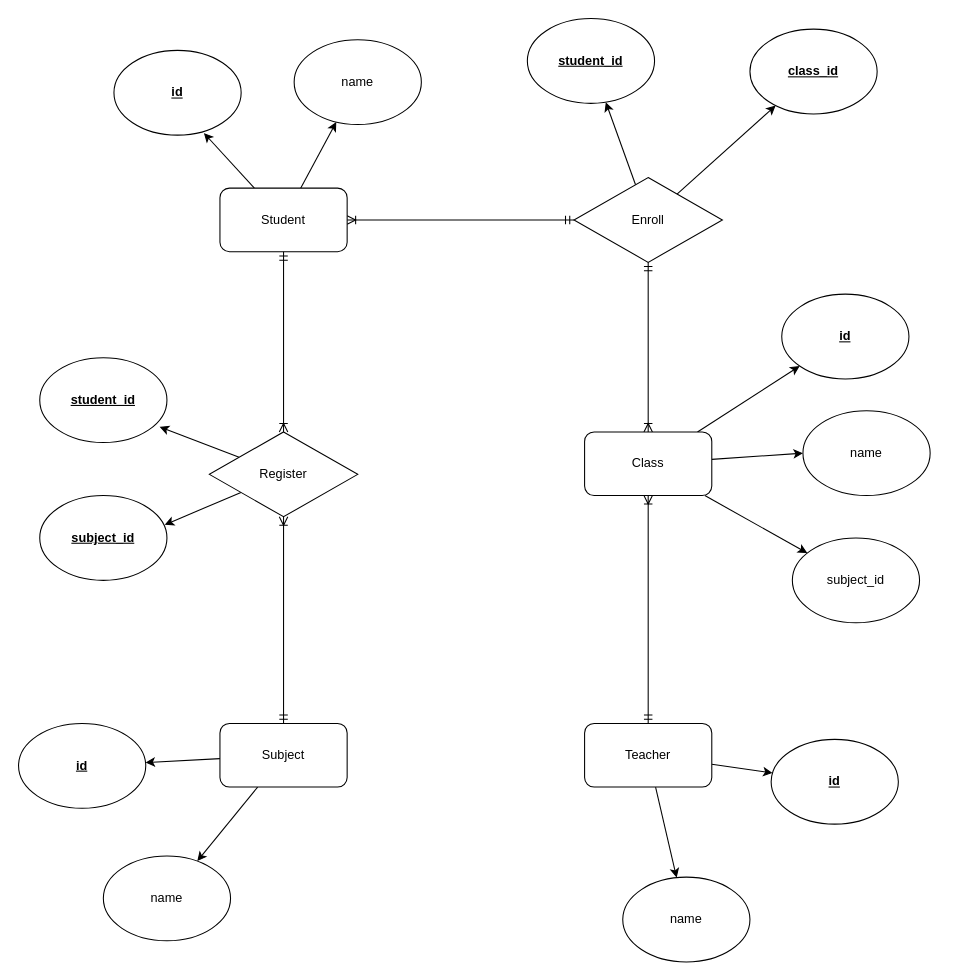
Earlier version of the draw.io diagram Module_1/school.drawio (bijune09/C0421G1_NguyenTienDanh). Source tidied: cells renumbered, new cells numbered last; positions are measured from the earlier drawing's top-left corner, leaving out a move shared by most shapes. Both pictures are drawn from the tidied source at 106%, with x=0, y=0 at pixel (18, 18).
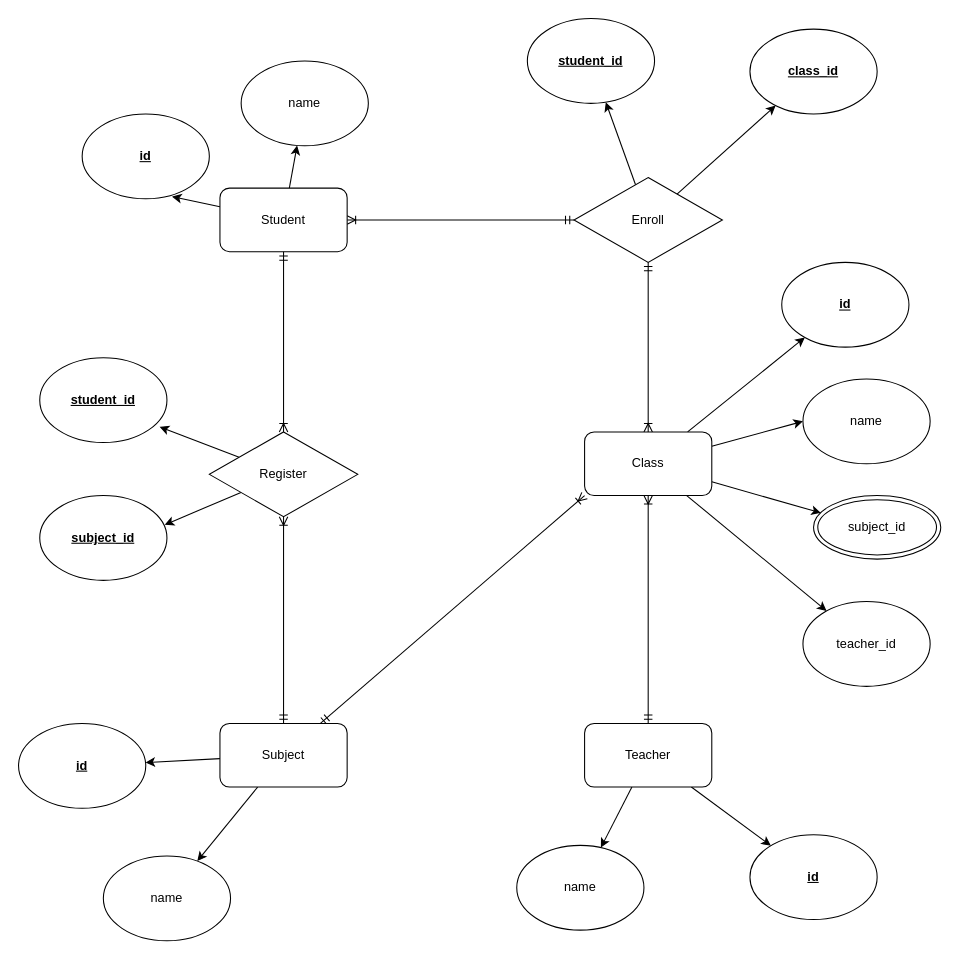
The same diagram, later.

The change refers to these unchanged cells:
```xml
<mxCell id="12" value="Class" style="rounded=1;whiteSpace=wrap;html=1;" parent="1" vertex="1">
  <mxGeometry x="534" y="390" width="120" height="60" as="geometry" />
</mxCell>
<mxCell id="29" value="Subject" style="rounded=1;whiteSpace=wrap;html=1;" parent="1" vertex="1">
  <mxGeometry x="190" y="665" width="120" height="60" as="geometry" />
</mxCell>
```

The edit, as a diff of the source:
```diff
@@
     <mxCell id="6" value="id" style="ellipse;whiteSpace=wrap;html=1;fontStyle=5;" parent="1" vertex="1">
-      <mxGeometry x="710" y="680" width="120" height="80" as="geometry" />
+      <mxGeometry x="690" y="770" width="120" height="80" as="geometry" />
     </mxCell>
     <mxCell id="7" value="name" style="ellipse;whiteSpace=wrap;html=1;" parent="1" vertex="1">
-      <mxGeometry x="570" y="810" width="120" height="80" as="geometry" />
+      <mxGeometry x="470" y="780" width="120" height="80" as="geometry" />
     </mxCell>
@@
-    <mxCell id="10" style="edgeStyle=none;rounded=0;jettySize=auto;html=1;" parent="1" edge="1" source="12" target="19">
+    <mxCell id="10" style="edgeStyle=none;rounded=0;jettySize=auto;html=1;entryX=0.058;entryY=0.273;entryDx=0;entryDy=0;entryPerimeter=0;" parent="1" edge="1" source="12" target="19">
       <mxGeometry relative="1" as="geometry" />
     </mxCell>
@@
+    <mxCell id="39" style="edgeStyle=none;rounded=0;jettySize=auto;html=1;startArrow=none;startFill=0;endArrow=classic;endFill=1;" parent="1" edge="1" source="12" target="41">
+      <mxGeometry relative="1" as="geometry" />
+    </mxCell>
@@
     <mxCell id="13" value="&lt;b&gt;&lt;u&gt;id&lt;/u&gt;&lt;/b&gt;" style="ellipse;whiteSpace=wrap;html=1;" parent="1" vertex="1">
-      <mxGeometry x="720" y="260" width="120" height="80" as="geometry" />
+      <mxGeometry x="720" y="230" width="120" height="80" as="geometry" />
     </mxCell>
     <mxCell id="14" value="name" style="ellipse;whiteSpace=wrap;html=1;" parent="1" vertex="1">
-      <mxGeometry x="740" y="370" width="120" height="80" as="geometry" />
+      <mxGeometry x="740" y="340" width="120" height="80" as="geometry" />
     </mxCell>
@@
-    <mxCell id="19" value="subject_id" style="ellipse;whiteSpace=wrap;html=1;" parent="1" vertex="1">
-      <mxGeometry x="730" y="490" width="120" height="80" as="geometry" />
-    </mxCell>
     <mxCell id="20" value="&lt;b&gt;&lt;u&gt;id&lt;/u&gt;&lt;/b&gt;" style="ellipse;whiteSpace=wrap;html=1;" parent="1" vertex="1">
-      <mxGeometry x="90" y="30" width="120" height="80" as="geometry" />
+      <mxGeometry x="60" y="90" width="120" height="80" as="geometry" />
     </mxCell>
     <mxCell id="21" value="name" style="ellipse;whiteSpace=wrap;html=1;" parent="1" vertex="1">
-      <mxGeometry x="260" y="20" width="120" height="80" as="geometry" />
+      <mxGeometry x="210" y="40" width="120" height="80" as="geometry" />
     </mxCell>
@@
+    <mxCell id="40" style="edgeStyle=none;rounded=0;jettySize=auto;html=1;entryX=0;entryY=1;entryDx=0;entryDy=0;startArrow=ERmandOne;startFill=0;endArrow=ERoneToMany;endFill=0;" parent="1" edge="1" source="29" target="12">
+      <mxGeometry relative="1" as="geometry" />
+    </mxCell>
@@
+    <mxCell id="19" value="&lt;span&gt;subject_id&lt;/span&gt;" style="ellipse;shape=doubleEllipse;whiteSpace=wrap;html=1;glass=0;" parent="1" vertex="1">
+      <mxGeometry x="750" y="450" width="120" height="60" as="geometry" />
+    </mxCell>
+    <mxCell id="41" value="teacher_id" style="ellipse;whiteSpace=wrap;html=1;" parent="1" vertex="1">
+      <mxGeometry x="740" y="550" width="120" height="80" as="geometry" />
+    </mxCell>
```
